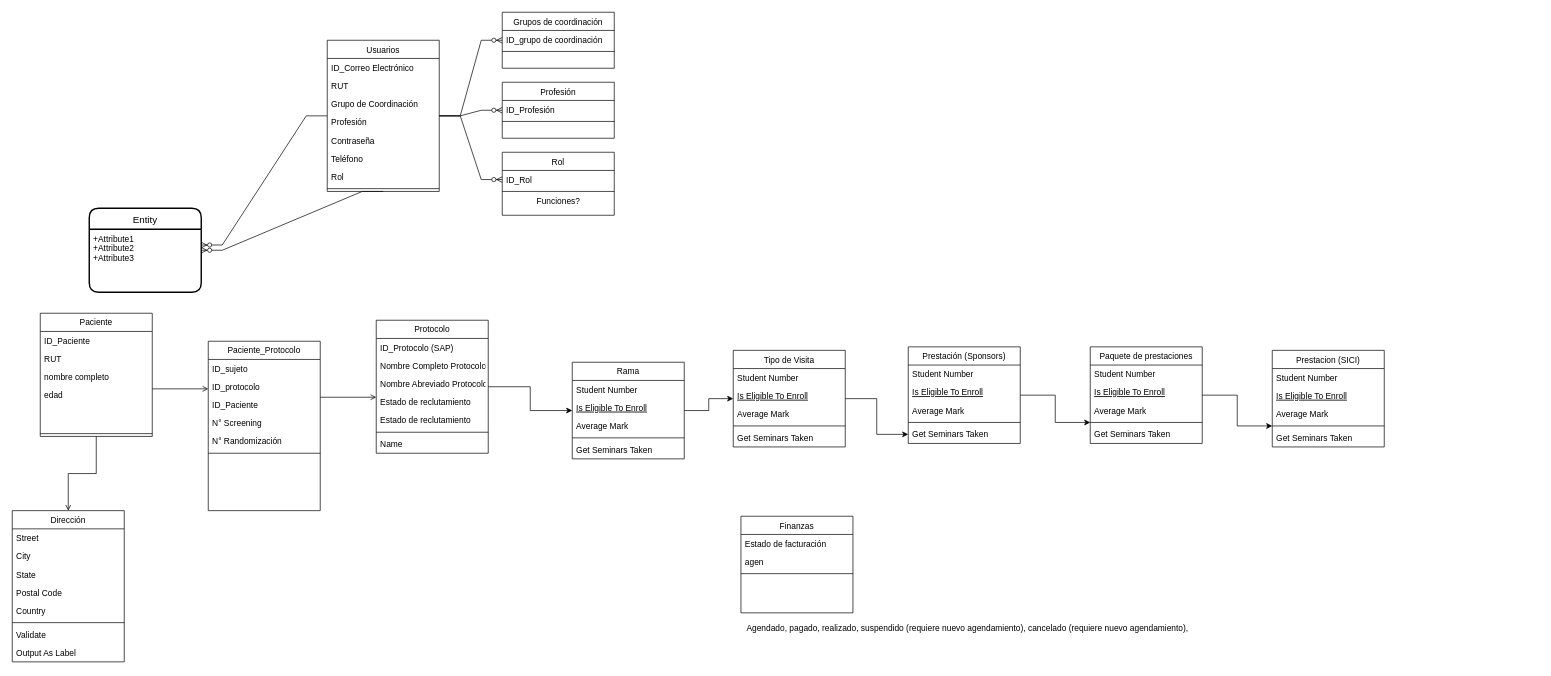
Above: UIDO_Protocolos.drawio in ietchart/UIDO (draw.io), before the change. Source tidied: cells renumbered, new cells numbered last; positions are measured from the earlier drawing's top-left corner, leaving out a move shared by most shapes. Both pictures are drawn from the tidied source at 70%, with x=0, y=0 at pixel (12, 12).
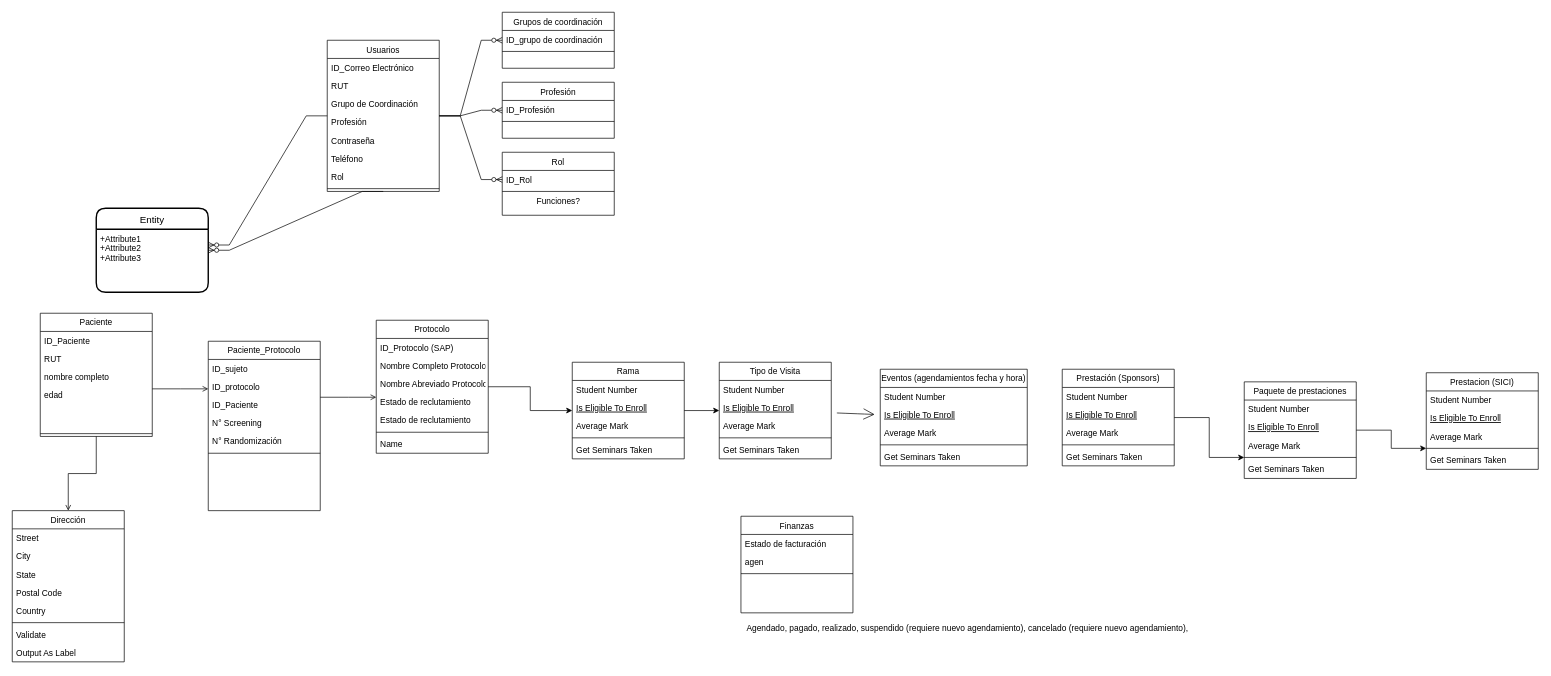
Above is the later version.

The change refers to these unchanged cells:
```xml
<mxCell id="69" value="Get Seminars Taken" style="text;align=left;verticalAlign=top;spacingLeft=4;spacingRight=4;overflow=hidden;points=[[0,0.5],[1,0.5]];portConstraint=eastwest;" parent="64" vertex="1">
  <mxGeometry y="112" width="160" height="26" as="geometry" />
</mxCell>
```

The edit, as a diff of the source:
```diff
@@
     <mxCell id="12" value="Paquete de prestaciones" style="swimlane;fontStyle=0;align=center;verticalAlign=top;horizontal=1;startSize=26;rounded=0;shadow=0;strokeWidth=1;" parent="1" vertex="1">
-      <mxGeometry x="1540" y="478" width="160" height="138" as="geometry" />
+      <mxGeometry x="1760" y="528" width="160" height="138" as="geometry" />
     </mxCell>
@@
     <mxCell id="27" value="Prestacion (SICI)" style="swimlane;fontStyle=0;align=center;verticalAlign=top;horizontal=1;startSize=26;rounded=0;shadow=0;strokeWidth=1;" parent="1" vertex="1">
-      <mxGeometry x="1800" y="483" width="160" height="138" as="geometry" />
+      <mxGeometry x="2020" y="515" width="160" height="138" as="geometry" />
     </mxCell>
@@
-    <mxCell id="56" style="edgeStyle=orthogonalEdgeStyle;rounded=0;jettySize=auto;html=1;" parent="1" edge="1" source="57" target="69">
-      <mxGeometry relative="1" as="geometry" />
-    </mxCell>
+    <mxCell id="101" style="edgeStyle=none;curved=1;rounded=0;jettySize=auto;html=1;endArrow=open;startSize=14;endSize=14;sourcePerimeterSpacing=8;targetPerimeterSpacing=8;" parent="1" edge="1" source="57" target="102">
+      <mxGeometry relative="1" as="geometry" />
+    </mxCell>
     <mxCell id="57" value="Tipo de Visita" style="swimlane;fontStyle=0;align=center;verticalAlign=top;horizontal=1;startSize=26;rounded=0;shadow=0;strokeWidth=1;" parent="1" vertex="1">
-      <mxGeometry x="1030" y="483" width="160" height="138" as="geometry" />
+      <mxGeometry x="1010" y="500" width="160" height="138" as="geometry" />
     </mxCell>
@@
     <mxCell id="64" value="Prestación (Sponsors)" style="swimlane;fontStyle=0;align=center;verticalAlign=top;horizontal=1;startSize=26;rounded=0;shadow=0;strokeWidth=1;" parent="1" vertex="1">
-      <mxGeometry x="1280" y="478" width="160" height="138" as="geometry" />
+      <mxGeometry x="1500" y="510" width="160" height="138" as="geometry" />
     </mxCell>
@@
     <mxCell id="98" value="Entity" style="swimlane;horizontal=1;startSize=30;rounded=1;fontSize=14;fontStyle=0;strokeWidth=2;shadow=0;dashed=0;align=center;" parent="1" vertex="1">
-      <mxGeometry x="110" y="280" width="160" height="120" as="geometry" />
+      <mxGeometry x="120" y="280" width="160" height="120" as="geometry" />
     </mxCell>
@@
+    <mxCell id="102" value="Eventos (agendamientos fecha y hora)" style="swimlane;fontStyle=0;align=center;verticalAlign=top;horizontal=1;startSize=26;rounded=0;shadow=0;strokeWidth=1;hachureGap=4;" parent="1" vertex="1">
+      <mxGeometry x="1240" y="510" width="210" height="138" as="geometry" />
+    </mxCell>
+    <mxCell id="103" value="Student Number" style="text;align=left;verticalAlign=top;spacingLeft=4;spacingRight=4;overflow=hidden;" parent="102" vertex="1">
+      <mxGeometry y="26" width="210" height="26" as="geometry" />
+    </mxCell>
+    <mxCell id="104" value="Is Eligible To Enroll" style="text;align=left;verticalAlign=top;spacingLeft=4;spacingRight=4;overflow=hidden;fontStyle=4;" parent="102" vertex="1">
+      <mxGeometry y="52" width="210" height="26" as="geometry" />
+    </mxCell>
+    <mxCell id="105" value="Average Mark" style="text;align=left;verticalAlign=top;spacingLeft=4;spacingRight=4;overflow=hidden;rounded=0;shadow=0;html=0;" parent="102" vertex="1">
+      <mxGeometry y="78" width="210" height="26" as="geometry" />
+    </mxCell>
+    <mxCell id="106" style="line;html=1;strokeWidth=1;align=left;verticalAlign=middle;spacingTop=-1;spacingLeft=3;spacingRight=3;labelPosition=right;" parent="102" vertex="1">
+      <mxGeometry y="104" width="210" height="8" as="geometry" />
+    </mxCell>
+    <mxCell id="107" value="Get Seminars Taken" style="text;align=left;verticalAlign=top;spacingLeft=4;spacingRight=4;overflow=hidden;" parent="102" vertex="1">
+      <mxGeometry y="112" width="210" height="26" as="geometry" />
+    </mxCell>
```
